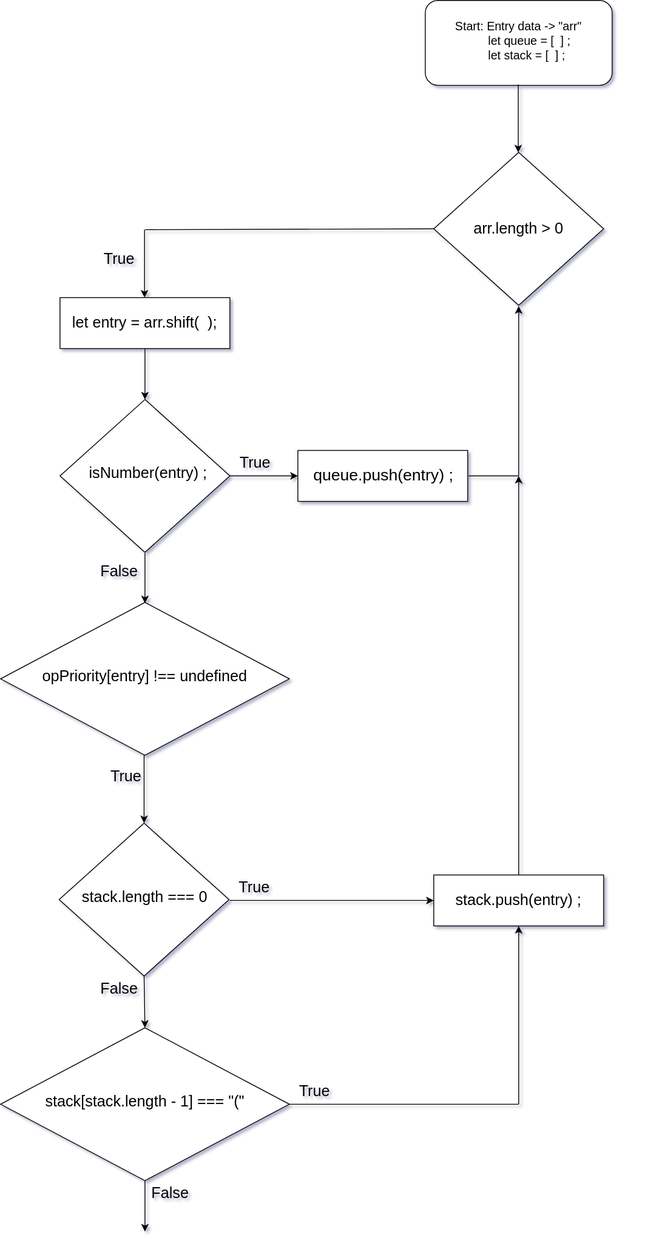
Earlier version of the draw.io export Untitled Diagram.drawio.svg (jcgm3205/jcgm3205). Source tidied: cells renumbered, new cells last; positions are measured from the earlier drawing's top-left corner, leaving out a move shared by most shapes.
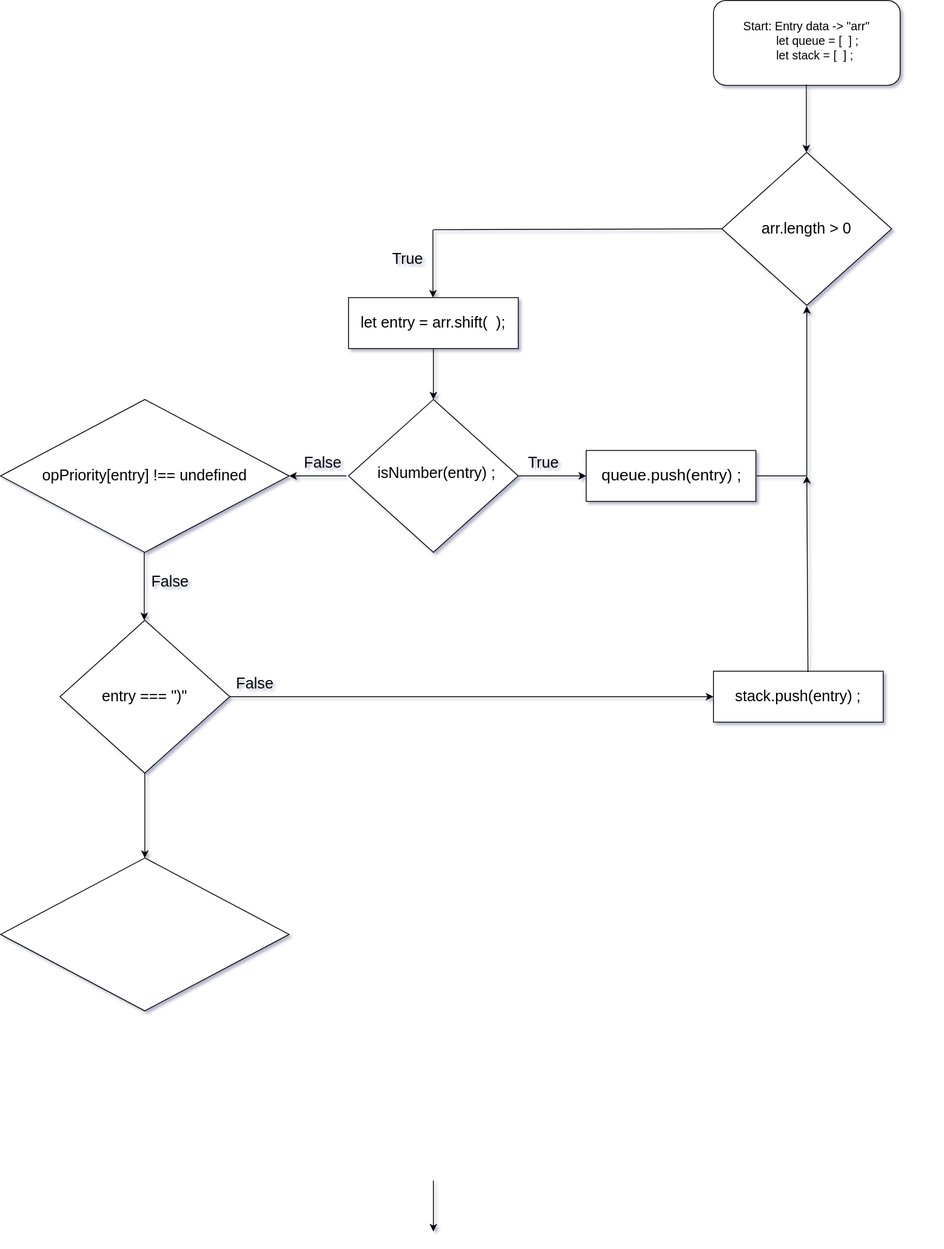
The same diagram one commit later.

The edit, as a diff of the source:
```diff
@@ -41,40 +41,31 @@
     <mxCell id="12" value="isNumber(entry) ;" style="text;html=1;strokeColor=none;fillColor=none;align=center;verticalAlign=middle;whiteSpace=wrap;rounded=0;fontSize=18;" parent="1" vertex="1">
       <mxGeometry x="94" y="507" width="160" height="100" as="geometry" />
     </mxCell>
-    <mxCell id="13" style="endArrow=classic;html=1;rounded=0;fontSize=18;" parent="1" edge="1">
+    <mxCell id="13" style="endArrow=classic;html=1;rounded=0;fontSize=18;entryX=1;entryY=0.5;entryDx=0;entryDy=0;" parent="1" edge="1" target="15">
       <mxGeometry relative="1" as="geometry">
-        <mxPoint x="170" y="651" as="sourcePoint" />
-        <mxPoint x="170" y="710" as="targetPoint" />
+        <mxPoint x="67.6" y="560" as="sourcePoint" />
       </mxGeometry>
     </mxCell>
     <mxCell id="14" value="False" style="text;html=1;strokeColor=none;fillColor=none;align=center;verticalAlign=middle;whiteSpace=wrap;rounded=0;fontSize=18;" parent="1" vertex="1">
-      <mxGeometry x="110" y="658" width="60" height="30" as="geometry" />
+      <mxGeometry x="10" y="530" width="60" height="30" as="geometry" />
     </mxCell>
     <mxCell id="15" style="rhombus;whiteSpace=wrap;html=1;fontSize=14;" parent="1" vertex="1">
-      <mxGeometry y="709" width="340" height="180" as="geometry" />
+      <mxGeometry x="-340" y="470" width="340" height="180" as="geometry" />
     </mxCell>
     <mxCell id="16" value="opPriority[entry] !== undefined" style="text;html=1;strokeColor=none;fillColor=none;align=center;verticalAlign=middle;whiteSpace=wrap;rounded=0;fontSize=18;" parent="1" vertex="1">
-      <mxGeometry x="40" y="756" width="260" height="80" as="geometry" />
+      <mxGeometry x="-300" y="520" width="260" height="80" as="geometry" />
     </mxCell>
     <mxCell id="17" style="endArrow=classic;html=1;rounded=0;fontSize=18;" parent="1" edge="1">
       <mxGeometry relative="1" as="geometry">
-        <mxPoint x="169" y="889" as="sourcePoint" />
-        <mxPoint x="169" y="969" as="targetPoint" />
+        <mxPoint x="-170.7" y="650" as="sourcePoint" />
+        <mxPoint x="-170.7" y="730" as="targetPoint" />
       </mxGeometry>
     </mxCell>
-    <mxCell id="18" value="True" style="text;html=1;strokeColor=none;fillColor=none;align=center;verticalAlign=middle;whiteSpace=wrap;rounded=0;fontSize=18;" parent="1" vertex="1">
-      <mxGeometry x="118" y="899" width="60" height="30" as="geometry" />
-    </mxCell>
     <mxCell id="19" style="rhombus;whiteSpace=wrap;html=1;fontSize=14;" parent="1" vertex="1">
-      <mxGeometry x="69" y="969" width="200" height="180" as="geometry" />
+      <mxGeometry x="-270" y="730" width="200" height="180" as="geometry" />
     </mxCell>
-    <mxCell id="20" value="stack.length === 0" style="text;html=1;strokeColor=none;fillColor=none;align=center;verticalAlign=middle;whiteSpace=wrap;rounded=0;fontSize=18;" parent="1" vertex="1">
-      <mxGeometry x="90" y="1006" width="160" height="100" as="geometry" />
-    </mxCell>
-    <mxCell id="21" style="endArrow=classic;html=1;rounded=0;fontSize=18;exitX=0.5;exitY=1;exitDx=0;exitDy=0;entryX=1;entryY=1;entryDx=0;entryDy=0;entryPerimeter=0;" parent="1" edge="1" source="19">
-      <mxGeometry relative="1" as="geometry">
-        <mxPoint x="170" y="1210" as="targetPoint" />
-      </mxGeometry>
+    <mxCell id="21" style="endArrow=classic;html=1;rounded=0;fontSize=18;exitX=0.5;exitY=1;exitDx=0;exitDy=0;entryX=0.5;entryY=0;entryDx=0;entryDy=0;" parent="1" edge="1" source="19" target="36">
+      <mxGeometry relative="1" as="geometry" />
     </mxCell>
     <mxCell id="22" style="endArrow=none;html=1;rounded=0;exitX=0;exitY=0.5;exitDx=0;exitDy=0;" parent="1" edge="1" source="5">
       <mxGeometry relative="1" as="geometry">
@@ -114,57 +105,37 @@
         <mxPoint x="610" y="560" as="targetPoint" />
       </mxGeometry>
     </mxCell>
-    <mxCell id="30" value="True" style="text;html=1;strokeColor=none;fillColor=none;align=center;verticalAlign=middle;whiteSpace=wrap;rounded=0;fontSize=18;" parent="1" vertex="1">
-      <mxGeometry x="269" y="1030" width="60" height="30" as="geometry" />
-    </mxCell>
     <mxCell id="31" style="rounded=0;whiteSpace=wrap;html=1;fontSize=19;" parent="1" vertex="1">
-      <mxGeometry x="510" y="1030" width="200" height="60" as="geometry" />
+      <mxGeometry x="500" y="790" width="200" height="60" as="geometry" />
     </mxCell>
-    <mxCell id="32" style="endArrow=classic;html=1;rounded=0;fontSize=19;exitX=0.5;exitY=0;exitDx=0;exitDy=0;" parent="1" edge="1" source="31">
+    <mxCell id="32" style="endArrow=classic;html=1;rounded=0;fontSize=19;exitX=0.557;exitY=0.017;exitDx=0;exitDy=0;exitPerimeter=0;" parent="1" edge="1" source="34">
       <mxGeometry relative="1" as="geometry">
         <mxPoint x="610" y="560" as="targetPoint" />
       </mxGeometry>
     </mxCell>
-    <mxCell id="33" style="endArrow=classic;html=1;rounded=0;fontSize=19;entryX=0;entryY=0.5;entryDx=0;entryDy=0;" parent="1" edge="1" target="31">
-      <mxGeometry relative="1" as="geometry">
-        <mxPoint x="270" y="1060" as="sourcePoint" />
-      </mxGeometry>
+    <mxCell id="33" style="endArrow=classic;html=1;rounded=0;fontSize=19;entryX=0;entryY=0.5;entryDx=0;entryDy=0;exitX=1;exitY=0.5;exitDx=0;exitDy=0;" parent="1" edge="1" source="19" target="31">
+      <mxGeometry relative="1" as="geometry" />
     </mxCell>
     <mxCell id="34" value="&lt;font style=&quot;font-size: 18px&quot;&gt;stack.push(entry) ;&lt;/font&gt;" style="text;html=1;strokeColor=none;fillColor=none;align=center;verticalAlign=middle;whiteSpace=wrap;rounded=0;fontSize=19;" parent="1" vertex="1">
-      <mxGeometry x="510" y="1030" width="200" height="60" as="geometry" />
+      <mxGeometry x="500" y="790" width="200" height="60" as="geometry" />
     </mxCell>
-    <mxCell id="35" value="False" style="text;html=1;strokeColor=none;fillColor=none;align=center;verticalAlign=middle;whiteSpace=wrap;rounded=0;fontSize=18;" parent="1" vertex="1">
-      <mxGeometry x="110" y="1149" width="60" height="30" as="geometry" />
-    </mxCell>
     <mxCell id="36" style="rhombus;whiteSpace=wrap;html=1;fontSize=14;" parent="1" vertex="1">
-      <mxGeometry y="1210" width="340" height="180" as="geometry" />
+      <mxGeometry x="-340" y="1010" width="340" height="180" as="geometry" />
     </mxCell>
-    <mxCell id="37" value="stack[stack.length - 1] === &quot;(&quot;" style="text;whiteSpace=wrap;html=1;fontSize=18;" parent="1" vertex="1">
-      <mxGeometry x="51" y="1280" width="238" height="50" as="geometry" />
-    </mxCell>
-    <mxCell id="38" style="endArrow=classic;html=1;rounded=0;fontSize=18;" parent="1" edge="1">
-      <mxGeometry relative="1" as="geometry">
-        <mxPoint x="610" y="1300" as="sourcePoint" />
-        <mxPoint x="610" y="1090" as="targetPoint" />
-      </mxGeometry>
-    </mxCell>
-    <mxCell id="39" style="endArrow=none;html=1;rounded=0;fontSize=18;" parent="1" edge="1">
-      <mxGeometry relative="1" as="geometry">
-        <mxPoint x="340" y="1300" as="sourcePoint" />
-        <mxPoint x="610" y="1300" as="targetPoint" />
-      </mxGeometry>
-    </mxCell>
-    <mxCell id="40" value="True" style="text;html=1;strokeColor=none;fillColor=none;align=center;verticalAlign=middle;whiteSpace=wrap;rounded=0;fontSize=18;" parent="1" vertex="1">
-      <mxGeometry x="340" y="1270" width="60" height="30" as="geometry" />
-    </mxCell>
     <mxCell id="41" style="endArrow=classic;html=1;rounded=0;fontSize=18;" parent="1" edge="1">
       <mxGeometry relative="1" as="geometry">
         <mxPoint x="170" y="1390" as="sourcePoint" />
         <mxPoint x="170" y="1450" as="targetPoint" />
       </mxGeometry>
     </mxCell>
-    <mxCell id="42" value="False" style="text;html=1;strokeColor=none;fillColor=none;align=center;verticalAlign=middle;whiteSpace=wrap;rounded=0;fontSize=18;" parent="1" vertex="1">
-      <mxGeometry x="170" y="1390" width="60" height="30" as="geometry" />
-    </mxCell>
+    <mxCell id="43" value="False" style="text;html=1;strokeColor=none;fillColor=none;align=center;verticalAlign=middle;whiteSpace=wrap;rounded=0;fontSize=18;" parent="1" vertex="1">
+      <mxGeometry x="-170" y="670" width="60" height="30" as="geometry" />
+    </mxCell>
+    <mxCell id="44" value="entry === &quot;)&quot;" style="text;html=1;strokeColor=none;fillColor=none;align=center;verticalAlign=middle;whiteSpace=wrap;rounded=0;fontSize=18;" parent="1" vertex="1">
+      <mxGeometry x="-243" y="790" width="146" height="60" as="geometry" />
+    </mxCell>
+    <mxCell id="45" value="False" style="text;html=1;strokeColor=none;fillColor=none;align=center;verticalAlign=middle;whiteSpace=wrap;rounded=0;fontSize=18;" parent="1" vertex="1">
+      <mxGeometry x="-70" y="790" width="60" height="30" as="geometry" />
+    </mxCell>
   </root>
 </mxGraphModel>
```
